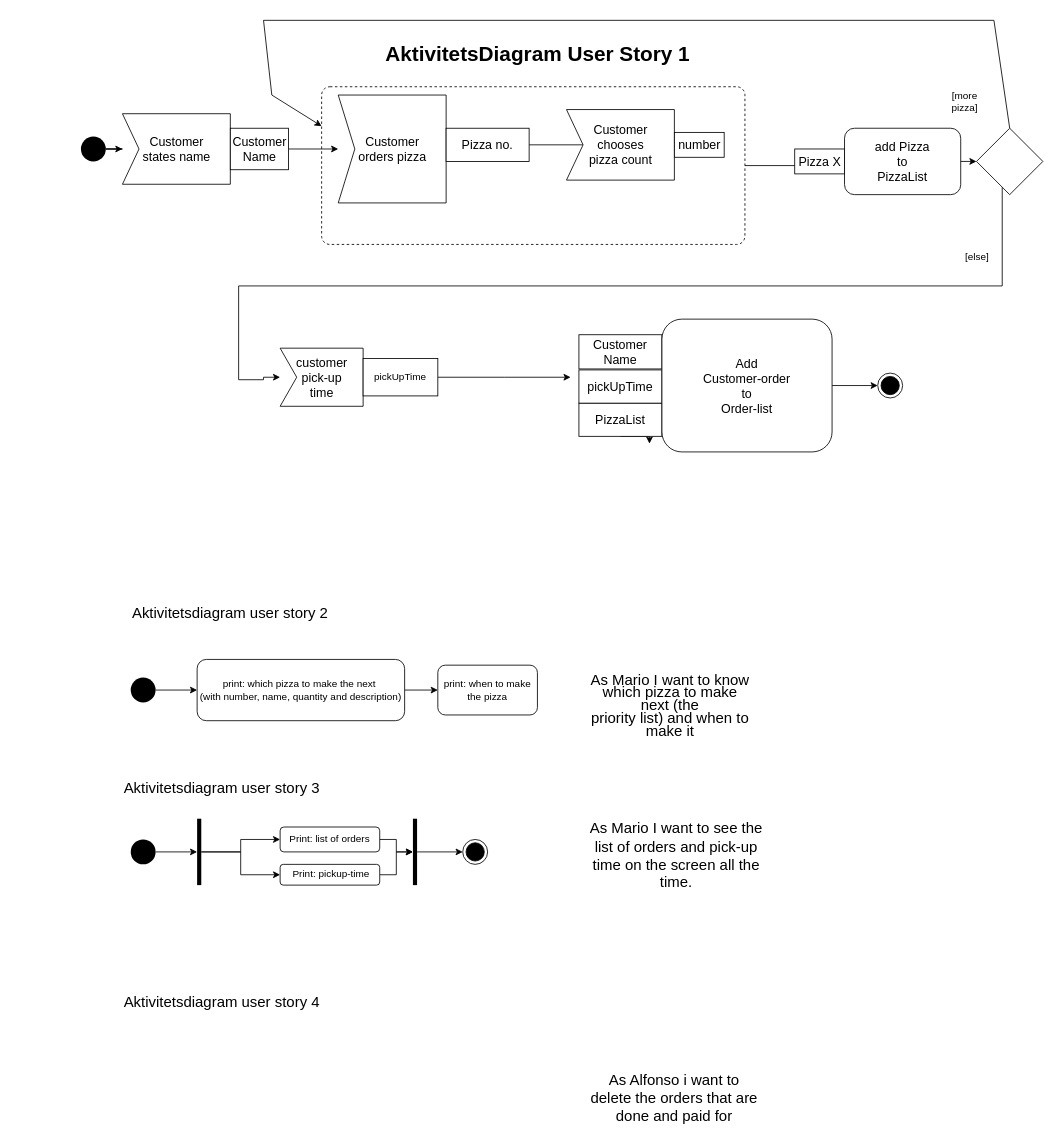
The draw.io diagram Aktivetetsdiagram user story 2.drawio in norskemarcus/MariosPizzaGruppe_file, before the edit. Source tidied: cells renumbered, new cells numbered last; positions are measured from the earlier drawing's top-left corner, leaving out a move shared by most shapes. Both pictures are drawn from the tidied source at 83%, with x=0, y=0 at pixel (14, 20).
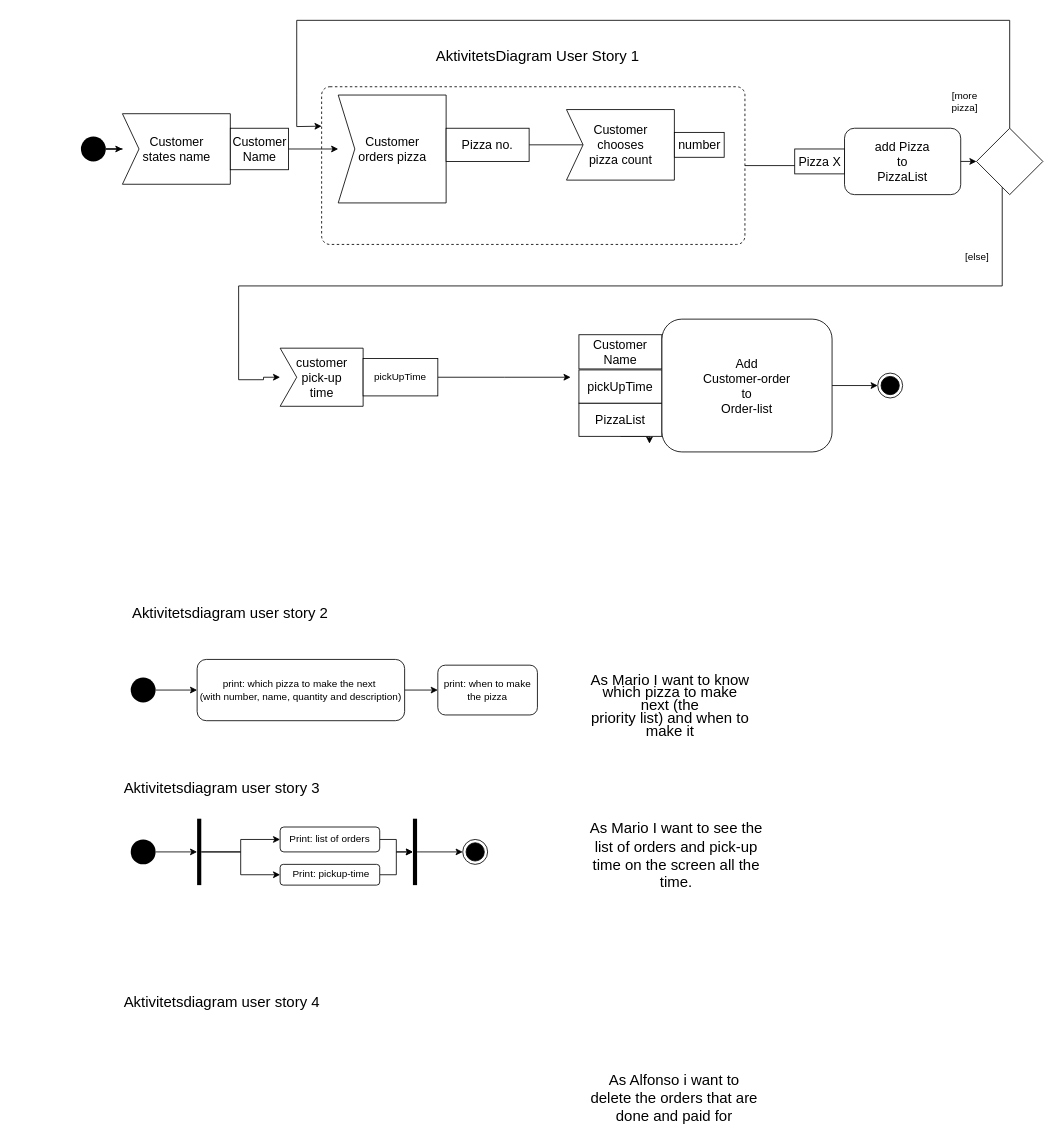
The same page after the edit.

Unchanged cells that the change refers to:
```xml
<mxCell id="3" style="dashed=1;rounded=1;absoluteArcSize=1;arcSize=20;html=1;verticalAlign=top;align=left;spacingTop=5;spacingLeft=10;" parent="1" vertex="1">
  <mxGeometry x="370" y="80" width="510" height="190" as="geometry" />
</mxCell>
<mxCell id="49" style="rhombus;whiteSpace=wrap;html=1;" parent="1" vertex="1">
  <mxGeometry x="1159" y="130" width="80" height="80" as="geometry" />
</mxCell>
```

The edit, as a diff of the source:
```diff
@@
-    <mxCell id="33" value="AktivitetsDiagram User Story 1" style="text;html=1;align=center;verticalAlign=middle;strokeColor=none;fillColor=none;fontSize=25;fontStyle=1;" parent="1" vertex="1">
-      <mxGeometry x="440" y="20" width="380" height="40" as="geometry" />
+    <mxCell id="33" value="&lt;font style=&quot;font-size: 18px ; font-weight: normal&quot;&gt;AktivitetsDiagram User Story 1&lt;/font&gt;" style="text;html=1;align=center;verticalAlign=middle;strokeColor=none;fillColor=none;fontSize=25;fontStyle=1;" parent="1" vertex="1">
+      <mxGeometry x="500" y="20" width="260" height="40" as="geometry" />
     </mxCell>
@@
     <mxCell id="50" style="endArrow=classic;html=1;rounded=0;exitX=0.5;exitY=0;exitDx=0;exitDy=0;entryX=0;entryY=0.25;entryDx=0;entryDy=0;" parent="1" edge="1" source="49" target="3">
       <mxGeometry relative="1" as="geometry">
         <Array as="points">
-          <mxPoint x="1180" />
+          <mxPoint x="1199" />
           <mxPoint x="750" />
-          <mxPoint x="300" />
-          <mxPoint x="310" y="90" />
+          <mxPoint x="340" />
+          <mxPoint x="340" y="90" />
+          <mxPoint x="340" y="128" />
         </Array>
       </mxGeometry>
     </mxCell>
```
